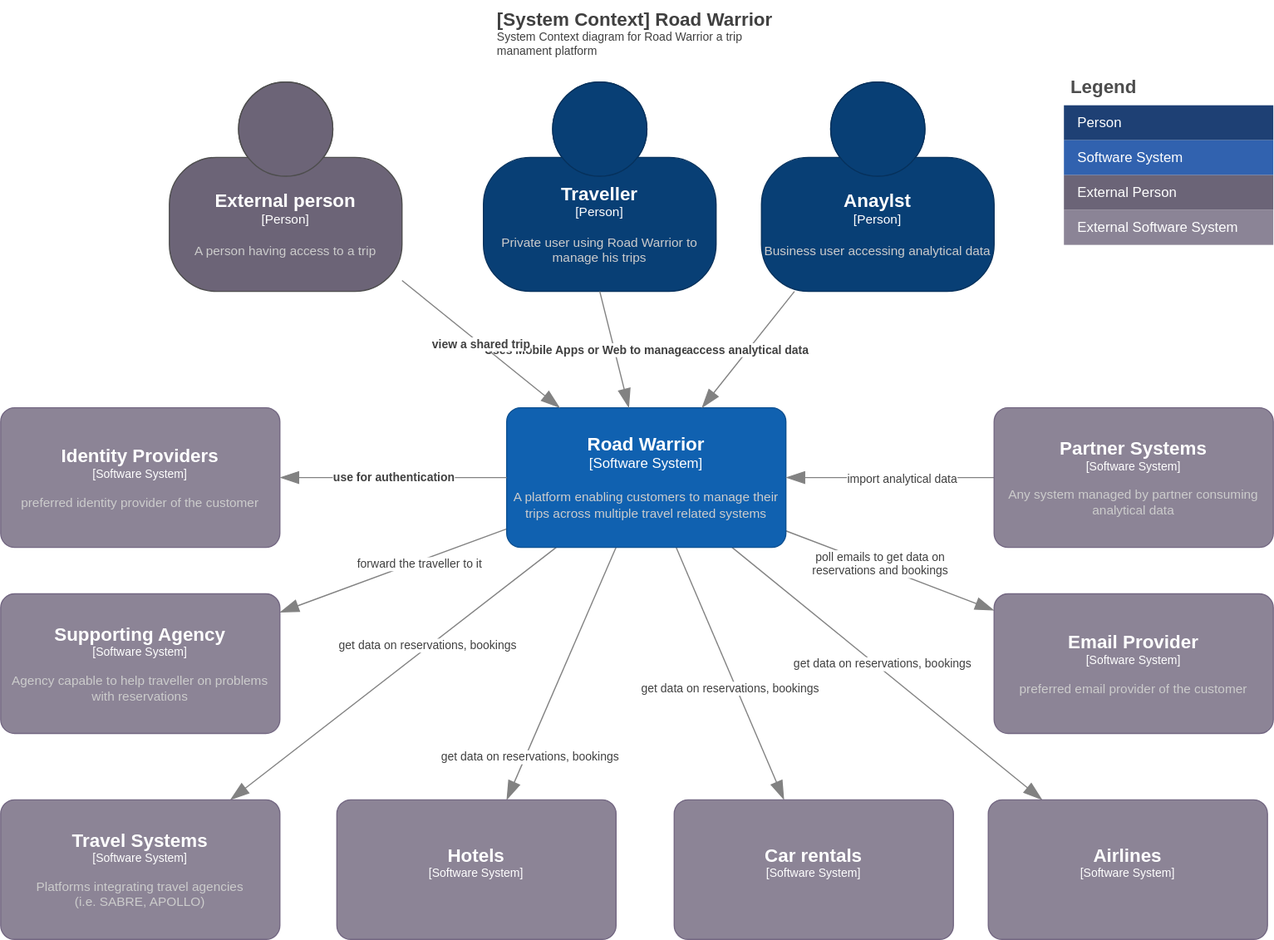
Above: diagrams/Context.drawio.svg in wschaef/architecture-kata-2023 (draw.io), before the change. Source tidied: cells renumbered, new cells last; positions are measured from the earlier drawing's top-left corner, leaving out a move shared by most shapes.
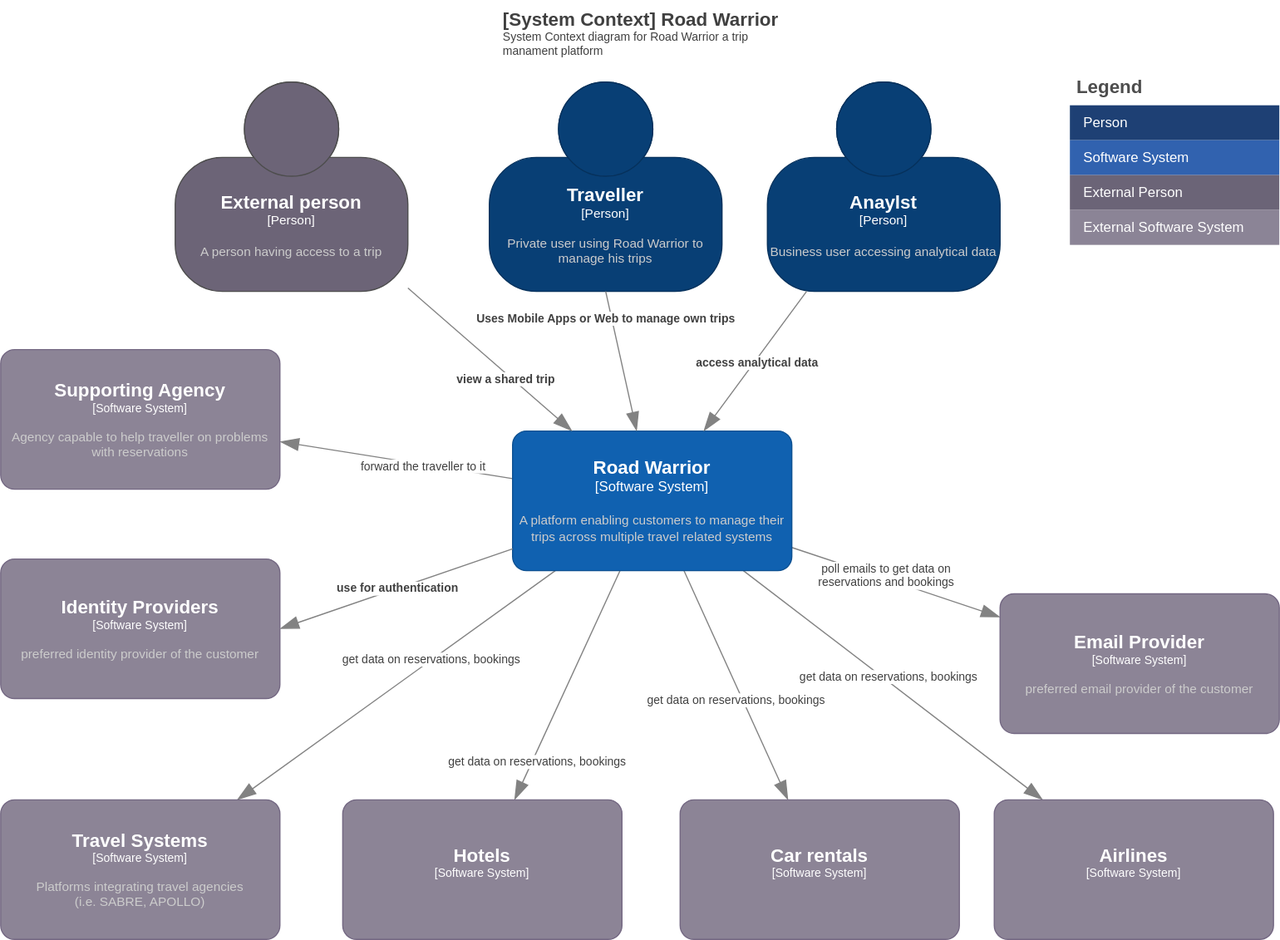
The same diagram one commit later.

Change to the diagram source:
```diff
@@ -55,50 +55,43 @@
     </mxCell>
     <object id="17" label="&lt;font style=&quot;font-size: 16px&quot;&gt;&lt;b&gt;%c4Name%&lt;/b&gt;&lt;/font&gt;&lt;div&gt;[%c4Type%]&lt;/div&gt;&lt;br&gt;&lt;div&gt;&lt;font style=&quot;font-size: 11px&quot;&gt;&lt;font color=&quot;#cccccc&quot;&gt;%c4Description%&lt;/font&gt;&lt;/div&gt;" c4Description="A platform enabling customers to manage their trips across multiple travel related systems" c4Name="Road Warrior" c4Type="Software System" placeholders="1">
       <mxCell style="rounded=1;whiteSpace=wrap;html=1;labelBackgroundColor=none;fillColor=#1061B0;fontColor=#ffffff;align=center;arcSize=10;strokeColor=#0D5091;points=[[0.25,0,0],[0.5,0,0],[0.75,0,0],[1,0.25,0],[1,0.5,0],[1,0.75,0],[0.75,1,0],[0.5,1,0],[0.25,1,0],[0,0.75,0],[0,0.5,0],[0,0.25,0]];" parent="1" vertex="1">
-        <mxGeometry x="435" y="350" width="240" height="120" as="geometry" />
+        <mxGeometry x="435" y="370" width="240" height="120" as="geometry" />
       </mxCell>
     </object>
     <object id="18" label="&lt;div style=&quot;text-align: left&quot;&gt;&lt;div style=&quot;text-align: center&quot;&gt;&lt;b&gt;%c4Description%&lt;/b&gt;&lt;/div&gt;" c4Description="Uses Mobile Apps or Web to manage own trips" c4Type="Relationship" placeholders="1">
       <mxCell style="endArrow=blockThin;html=1;fontSize=10;fontColor=#404040;strokeWidth=1;endFill=1;strokeColor=#828282;elbow=vertical;endSize=14;startSize=14;jumpStyle=arc;jumpSize=16;rounded=0;exitX=0.5;exitY=1;exitDx=0;exitDy=0;exitPerimeter=0;" parent="1" edge="1" source="4" target="17">
-        <mxGeometry relative="1" as="geometry" />
+        <mxGeometry x="-0.62" y="-5" relative="1" as="geometry">
+          <mxPoint y="-1" as="offset" />
+        </mxGeometry>
       </mxCell>
     </object>
     <object id="19" label="&lt;div style=&quot;text-align: left&quot;&gt;&lt;div style=&quot;text-align: center&quot;&gt;&lt;b&gt;%c4Description%&lt;/b&gt;&lt;/div&gt;" c4Description="view a shared trip" c4Type="Relationship" placeholders="1">
       <mxCell style="endArrow=blockThin;html=1;fontSize=10;fontColor=#404040;strokeWidth=1;endFill=1;strokeColor=#828282;elbow=vertical;endSize=14;startSize=14;jumpStyle=arc;jumpSize=16;rounded=0;" parent="1" edge="1" source="3" target="17">
-        <mxGeometry relative="1" as="geometry" />
+        <mxGeometry x="0.21" y="-4" relative="1" as="geometry">
+          <mxPoint x="1" as="offset" />
+        </mxGeometry>
       </mxCell>
     </object>
     <object id="20" label="&lt;div style=&quot;text-align: left&quot;&gt;&lt;div style=&quot;text-align: center&quot;&gt;&lt;b&gt;%c4Description%&lt;/b&gt;&lt;/div&gt;" c4Description="access analytical data" c4Type="Relationship" placeholders="1">
       <mxCell style="endArrow=blockThin;html=1;fontSize=10;fontColor=#404040;strokeWidth=1;endFill=1;strokeColor=#828282;elbow=vertical;endSize=14;startSize=14;jumpStyle=arc;jumpSize=16;rounded=0;" parent="1" edge="1" source="2" target="17">
-        <mxGeometry relative="1" as="geometry" />
+        <mxGeometry x="-0.02" y="2" relative="1" as="geometry">
+          <mxPoint x="-1" y="1" as="offset" />
+        </mxGeometry>
       </mxCell>
     </object>
     <object id="21" label="&lt;font style=&quot;font-size: 16px&quot;&gt;&lt;b&gt;%c4Name%&lt;/b&gt;&lt;/font&gt;&lt;div&gt;[%c4Type%]&lt;/div&gt;&lt;br&gt;&lt;div&gt;&lt;font style=&quot;font-size: 11px&quot;&gt;&lt;font color=&quot;#cccccc&quot;&gt;%c4Description%&lt;/font&gt;&lt;/div&gt;" c4Description="preferred identity provider of the customer" c4Name="Identity Providers" c4Type="Software System" placeholders="1">
       <mxCell style="rounded=1;whiteSpace=wrap;html=1;labelBackgroundColor=none;fillColor=#8C8496;fontColor=#ffffff;align=center;arcSize=10;strokeColor=#736782;points=[[0.25,0,0],[0.5,0,0],[0.75,0,0],[1,0.25,0],[1,0.5,0],[1,0.75,0],[0.75,1,0],[0.5,1,0],[0.25,1,0],[0,0.75,0],[0,0.5,0],[0,0.25,0]];fontFamily=Helvetica;fontSize=10;" parent="1" vertex="1">
-        <mxGeometry y="350" width="240" height="120" as="geometry" />
+        <mxGeometry x="-5" y="480" width="240" height="120" as="geometry" />
       </mxCell>
     </object>
     <object id="22" label="&lt;div style=&quot;text-align: left&quot;&gt;&lt;div style=&quot;text-align: center&quot;&gt;&lt;b&gt;%c4Description%&lt;/b&gt;&lt;/div&gt;" c4Description="use for authentication" c4Type="Relationship" placeholders="1">
-      <mxCell style="endArrow=blockThin;html=1;fontSize=10;fontColor=#404040;strokeWidth=1;endFill=1;strokeColor=#828282;elbow=vertical;endSize=14;startSize=14;jumpStyle=arc;jumpSize=16;rounded=0;exitX=0;exitY=0.5;exitDx=0;exitDy=0;exitPerimeter=0;entryX=1;entryY=0.5;entryDx=0;entryDy=0;entryPerimeter=0;" parent="1" edge="1" source="17" target="21">
+      <mxCell style="endArrow=blockThin;html=1;fontSize=10;fontColor=#404040;strokeWidth=1;endFill=1;strokeColor=#828282;elbow=vertical;endSize=14;startSize=14;jumpStyle=arc;jumpSize=16;rounded=0;entryX=1;entryY=0.5;entryDx=0;entryDy=0;entryPerimeter=0;" parent="1" edge="1" source="17" target="21">
         <mxGeometry relative="1" as="geometry" />
       </mxCell>
     </object>
-    <mxCell id="23" style="edgeStyle=none;shape=connector;rounded=0;jumpStyle=arc;jumpSize=16;jettySize=auto;html=1;entryX=1;entryY=0.5;entryDx=0;entryDy=0;entryPerimeter=0;labelBackgroundColor=default;strokeColor=#828282;strokeWidth=1;fontFamily=Helvetica;fontSize=10;fontColor=#404040;endArrow=blockThin;endFill=1;startSize=14;endSize=14;elbow=vertical;" parent="1" edge="1" source="25" target="17">
-      <mxGeometry relative="1" as="geometry" />
-    </mxCell>
-    <mxCell id="24" value="import analytical data" style="edgeLabel;html=1;align=center;verticalAlign=middle;fontSize=10;fontFamily=Helvetica;fontColor=#404040;" parent="23" vertex="1">
-      <mxGeometry x="-0.12" relative="1" as="geometry">
-        <mxPoint x="-1" as="offset" />
-      </mxGeometry>
-    </mxCell>
-    <object id="25" label="&lt;font style=&quot;font-size: 16px&quot;&gt;&lt;b&gt;%c4Name%&lt;/b&gt;&lt;/font&gt;&lt;div&gt;[%c4Type%]&lt;/div&gt;&lt;br&gt;&lt;div&gt;&lt;font style=&quot;font-size: 11px&quot;&gt;&lt;font color=&quot;#cccccc&quot;&gt;%c4Description%&lt;/font&gt;&lt;/div&gt;" c4Description="Any system managed by partner consuming analytical data" c4Name="Partner Systems" c4Type="Software System" placeholders="1">
-      <mxCell style="rounded=1;whiteSpace=wrap;html=1;labelBackgroundColor=none;fillColor=#8C8496;fontColor=#ffffff;align=center;arcSize=10;strokeColor=#736782;points=[[0.25,0,0],[0.5,0,0],[0.75,0,0],[1,0.25,0],[1,0.5,0],[1,0.75,0],[0.75,1,0],[0.5,1,0],[0.25,1,0],[0,0.75,0],[0,0.5,0],[0,0.25,0]];fontFamily=Helvetica;fontSize=10;" parent="1" vertex="1">
-        <mxGeometry x="854" y="350" width="240" height="120" as="geometry" />
-      </mxCell>
-    </object>
     <object id="26" label="&lt;font style=&quot;font-size: 16px&quot;&gt;&lt;b&gt;%c4Name%&lt;/b&gt;&lt;/font&gt;&lt;div&gt;[%c4Type%]&lt;/div&gt;&lt;br&gt;&lt;div&gt;&lt;font style=&quot;font-size: 11px&quot;&gt;&lt;font color=&quot;#cccccc&quot;&gt;%c4Description%&lt;/font&gt;&lt;/div&gt;" c4Description="Agency capable to help traveller on problems with reservations" c4Name="Supporting Agency" c4Type="Software System" placeholders="1">
       <mxCell style="rounded=1;whiteSpace=wrap;html=1;labelBackgroundColor=none;fillColor=#8C8496;fontColor=#ffffff;align=center;arcSize=10;strokeColor=#736782;points=[[0.25,0,0],[0.5,0,0],[0.75,0,0],[1,0.25,0],[1,0.5,0],[1,0.75,0],[0.75,1,0],[0.5,1,0],[0.25,1,0],[0,0.75,0],[0,0.5,0],[0,0.25,0]];fontFamily=Helvetica;fontSize=10;" parent="1" vertex="1">
-        <mxGeometry y="510" width="240" height="120" as="geometry" />
+        <mxGeometry x="-5" y="300" width="240" height="120" as="geometry" />
       </mxCell>
     </object>
     <object id="27" label="&lt;font style=&quot;font-size: 16px&quot;&gt;&lt;b&gt;%c4Name%&lt;/b&gt;&lt;/font&gt;&lt;div&gt;[%c4Type%]&lt;/div&gt;&lt;br&gt;&lt;div&gt;&lt;font style=&quot;font-size: 11px&quot;&gt;&lt;font color=&quot;#cccccc&quot;&gt;%c4Description%&lt;/font&gt;&lt;/div&gt;" c4Description="preferred email provider of the customer" c4Name="Email Provider" c4Type="Software System" placeholders="1">
@@ -108,7 +101,7 @@
     </object>
     <object id="28" label="&lt;font style=&quot;font-size: 16px&quot;&gt;&lt;b&gt;%c4Name%&lt;/b&gt;&lt;/font&gt;&lt;div&gt;[%c4Type%]&lt;/div&gt;&lt;br&gt;&lt;div&gt;&lt;font style=&quot;font-size: 11px&quot;&gt;&lt;font color=&quot;#cccccc&quot;&gt;%c4Description%&lt;/font&gt;&lt;/div&gt;" c4Description="Platforms integrating travel agencies &#10;(i.e. SABRE, APOLLO)" c4Name="Travel Systems" c4Type="Software System" placeholders="1">
       <mxCell style="rounded=1;whiteSpace=wrap;html=1;labelBackgroundColor=none;fillColor=#8C8496;fontColor=#ffffff;align=center;arcSize=10;strokeColor=#736782;points=[[0.25,0,0],[0.5,0,0],[0.75,0,0],[1,0.25,0],[1,0.5,0],[1,0.75,0],[0.75,1,0],[0.5,1,0],[0.25,1,0],[0,0.75,0],[0,0.5,0],[0,0.25,0]];fontFamily=Helvetica;fontSize=10;" parent="1" vertex="1">
-        <mxGeometry y="687" width="240" height="120" as="geometry" />
+        <mxGeometry x="-5" y="687" width="240" height="120" as="geometry" />
       </mxCell>
     </object>
     <object id="29" label="&lt;font style=&quot;font-size: 16px&quot;&gt;&lt;b&gt;%c4Name%&lt;/b&gt;&lt;/font&gt;&lt;div&gt;[%c4Type%]&lt;/div&gt;&lt;br&gt;&lt;div&gt;&lt;font style=&quot;font-size: 11px&quot;&gt;&lt;font color=&quot;#cccccc&quot;&gt;%c4Description%&lt;/font&gt;&lt;/div&gt;" c4Description="" c4Name="Hotels" c4Type="Software System" placeholders="1">
```
